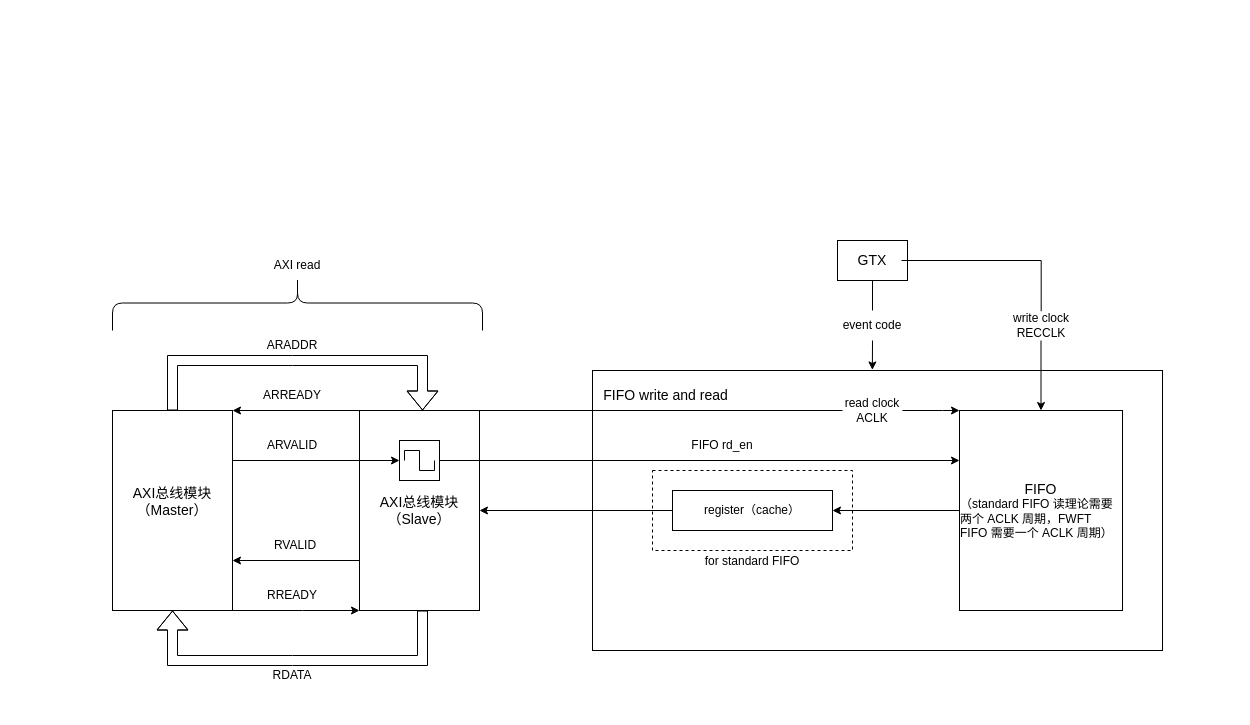
This is Untitled Diagram.drawio from gitzhangzhao/Draw.io, a draw.io file, before an edit. Source tidied: cells renumbered, new cells numbered last; positions are measured from the earlier drawing's top-left corner, leaving out a move shared by most shapes. Both pictures are drawn from the tidied source at 100%, with x=0, y=0 at pixel (112, 118).
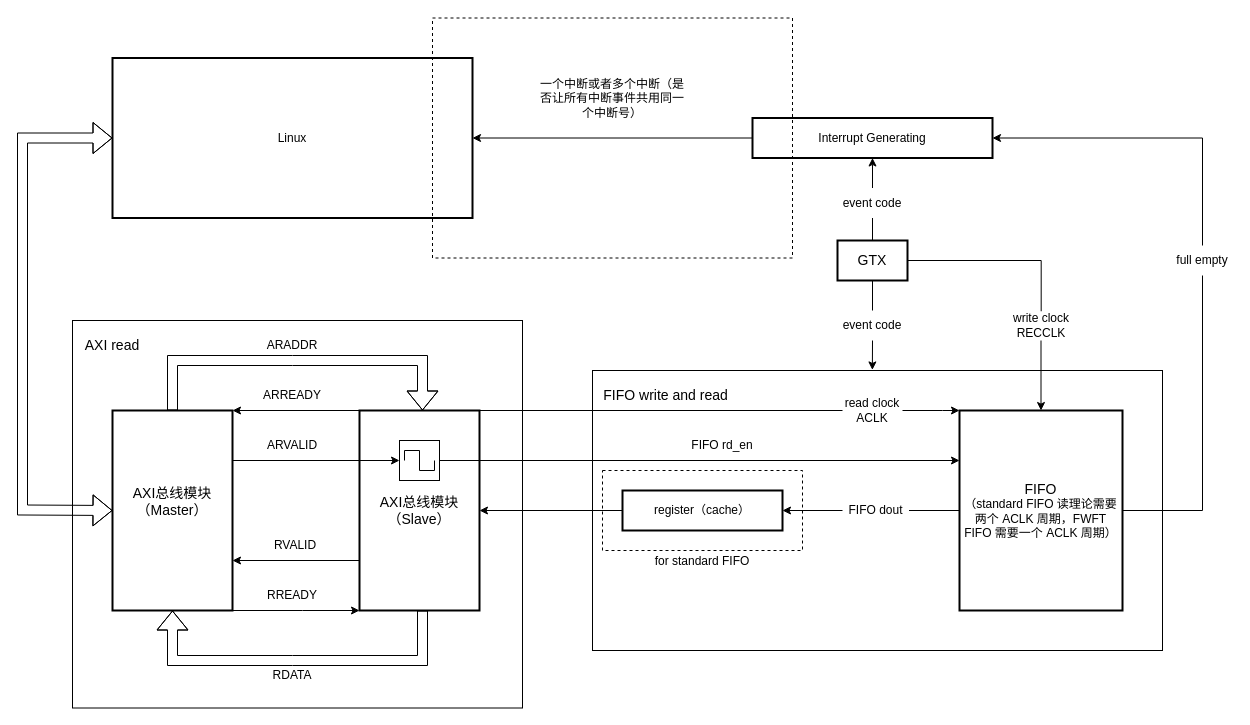
The same page after the edit.

The change refers to these unchanged cells:
```xml
<mxCell id="36" value="&lt;div&gt;write clock &lt;br&gt;&lt;/div&gt;&lt;div&gt;RECCLK&lt;br&gt;&lt;/div&gt;" style="text;html=1;strokeColor=none;fillColor=none;align=center;verticalAlign=middle;whiteSpace=wrap;rounded=0;dashed=1;fontSize=12;" parent="1" vertex="1">
  <mxGeometry x="898.5" y="192" width="60" height="30" as="geometry" />
</mxCell>
```

Diff of the diagram source:
```diff
@@
+    <mxCell id="40" style="rounded=0;whiteSpace=wrap;html=1;fontSize=12;fillColor=none;" parent="1" vertex="1">
+      <mxGeometry x="-40" y="202" width="450" height="387.5" as="geometry" />
+    </mxCell>
-    <mxCell id="2" value="&lt;div align=&quot;center&quot;&gt;&lt;br&gt;&lt;/div&gt;" style="rounded=0;whiteSpace=wrap;html=1;" parent="1" vertex="1">
+    <mxCell id="2" value="&lt;div align=&quot;center&quot;&gt;&lt;br&gt;&lt;/div&gt;" style="rounded=0;whiteSpace=wrap;html=1;fillColor=none;" parent="1" vertex="1">
       <mxGeometry x="480" y="252" width="570" height="280" as="geometry" />
     </mxCell>
     <mxCell id="3" style="rounded=0;whiteSpace=wrap;html=1;fontSize=14;dashed=1;" parent="1" vertex="1">
-      <mxGeometry x="540" y="352" width="200" height="80" as="geometry" />
+      <mxGeometry x="490" y="352" width="200" height="80" as="geometry" />
     </mxCell>
@@
-    <mxCell id="5" value="&lt;div style=&quot;font-size: 14px;&quot;&gt;&lt;font style=&quot;font-size: 14px;&quot;&gt;AXI总线模块&lt;/font&gt;&lt;/div&gt;&lt;div style=&quot;font-size: 14px;&quot;&gt;&lt;font style=&quot;font-size: 14px;&quot;&gt;（Slave）&lt;br&gt;&lt;/font&gt;&lt;/div&gt;" style="rounded=0;whiteSpace=wrap;html=1;" parent="1" vertex="1">
+    <mxCell id="5" value="&lt;div style=&quot;font-size: 14px;&quot;&gt;&lt;font style=&quot;font-size: 14px;&quot;&gt;AXI总线模块&lt;/font&gt;&lt;/div&gt;&lt;div style=&quot;font-size: 14px;&quot;&gt;&lt;font style=&quot;font-size: 14px;&quot;&gt;（Slave）&lt;br&gt;&lt;/font&gt;&lt;/div&gt;" style="rounded=0;whiteSpace=wrap;html=1;strokeWidth=2;" parent="1" vertex="1">
       <mxGeometry x="247" y="292" width="120" height="200" as="geometry" />
     </mxCell>
@@
-    <mxCell id="7" style="edgeStyle=orthogonalEdgeStyle;rounded=0;jettySize=auto;html=1;exitX=0;exitY=0.5;exitDx=0;exitDy=0;" parent="1" edge="1" source="8" target="10">
+    <mxCell id="7" style="edgeStyle=orthogonalEdgeStyle;rounded=0;jettySize=auto;html=1;exitX=0;exitY=0.5;exitDx=0;exitDy=0;startArrow=none;" parent="1" edge="1" source="53" target="10">
       <mxGeometry relative="1" as="geometry" />
     </mxCell>
+    <mxCell id="41" style="edgeStyle=orthogonalEdgeStyle;rounded=0;jettySize=auto;html=1;exitX=0.5;exitY=0;exitDx=0;exitDy=0;entryX=1;entryY=0.5;entryDx=0;entryDy=0;fontSize=12;startArrow=none;" parent="1" edge="1" source="47" target="44">
+      <mxGeometry relative="1" as="geometry">
+        <Array as="points">
+          <mxPoint x="1090" y="127.5" />
+          <mxPoint x="1090" y="19.5" />
+        </Array>
+      </mxGeometry>
+    </mxCell>
-    <mxCell id="8" value="&lt;font style=&quot;font-size: 14px;&quot;&gt;FIFO&lt;/font&gt;&lt;div align=&quot;left&quot;&gt;&lt;font style=&quot;font-size: 12px;&quot;&gt;（&lt;font style=&quot;font-size: 12px;&quot;&gt;standard FIFO 读理论需要两个 ACLK 周期，FWFT FIFO 需要一个 ACLK 周期&lt;/font&gt;）&lt;/font&gt;&lt;/div&gt;" style="rounded=0;whiteSpace=wrap;html=1;" parent="1" vertex="1">
+    <mxCell id="8" value="&lt;div align=&quot;center&quot;&gt;&lt;font style=&quot;font-size: 14px;&quot;&gt;FIFO&lt;/font&gt;&lt;/div&gt;&lt;div align=&quot;center&quot;&gt;&lt;font style=&quot;font-size: 12px;&quot;&gt;（&lt;font style=&quot;font-size: 12px;&quot;&gt;standard FIFO 读理论需要两个 ACLK 周期，FWFT FIFO 需要一个 ACLK 周期&lt;/font&gt;）&lt;/font&gt;&lt;/div&gt;" style="rounded=0;whiteSpace=wrap;html=1;align=center;strokeWidth=2;" parent="1" vertex="1">
       <mxGeometry x="847" y="292" width="163" height="200" as="geometry" />
     </mxCell>
@@
-    <mxCell id="10" value="register（cache）" style="rounded=0;whiteSpace=wrap;html=1;" parent="1" vertex="1">
-      <mxGeometry x="560" y="372" width="160" height="40" as="geometry" />
+    <mxCell id="10" value="register（cache）" style="rounded=0;whiteSpace=wrap;html=1;strokeWidth=2;" parent="1" vertex="1">
+      <mxGeometry x="510" y="372" width="160" height="40" as="geometry" />
     </mxCell>
@@
-    <mxCell id="16" value="&lt;div style=&quot;font-size: 14px;&quot;&gt;&lt;font style=&quot;font-size: 14px;&quot;&gt;AXI总线模块&lt;/font&gt;&lt;/div&gt;&lt;div style=&quot;font-size: 14px;&quot;&gt;&lt;font style=&quot;font-size: 14px;&quot;&gt;（Master）&lt;br&gt;&lt;/font&gt;&lt;/div&gt;&lt;div style=&quot;font-size: 14px;&quot;&gt;&lt;font style=&quot;font-size: 14px;&quot;&gt;&lt;br&gt;&lt;/font&gt;&lt;/div&gt;" style="rounded=0;whiteSpace=wrap;html=1;" parent="1" vertex="1">
+    <mxCell id="16" value="&lt;div style=&quot;font-size: 14px;&quot;&gt;&lt;font style=&quot;font-size: 14px;&quot;&gt;AXI总线模块&lt;/font&gt;&lt;/div&gt;&lt;div style=&quot;font-size: 14px;&quot;&gt;&lt;font style=&quot;font-size: 14px;&quot;&gt;（Master）&lt;br&gt;&lt;/font&gt;&lt;/div&gt;&lt;div style=&quot;font-size: 14px;&quot;&gt;&lt;font style=&quot;font-size: 14px;&quot;&gt;&lt;br&gt;&lt;/font&gt;&lt;/div&gt;" style="rounded=0;whiteSpace=wrap;html=1;strokeWidth=2;" parent="1" vertex="1">
       <mxGeometry y="292" width="120" height="200" as="geometry" />
     </mxCell>
@@
-    <mxCell id="22" style="shape=curlyBracket;whiteSpace=wrap;html=1;rounded=1;rotation=90;" parent="1" vertex="1">
-      <mxGeometry x="157.5" y="-0.5" width="55" height="370" as="geometry" />
-    </mxCell>
-    <mxCell id="23" value="&lt;div&gt;AXI read&lt;/div&gt;" style="text;html=1;strokeColor=none;fillColor=none;align=center;verticalAlign=middle;whiteSpace=wrap;rounded=0;" parent="1" vertex="1">
-      <mxGeometry x="155" y="132" width="60" height="30" as="geometry" />
+    <mxCell id="23" value="&lt;div style=&quot;font-size: 14px;&quot;&gt;&lt;font style=&quot;font-size: 14px;&quot;&gt;AXI read&lt;/font&gt;&lt;/div&gt;" style="text;html=1;strokeColor=none;fillColor=none;align=center;verticalAlign=middle;whiteSpace=wrap;rounded=0;" parent="1" vertex="1">
+      <mxGeometry x="-30" y="212" width="60" height="30" as="geometry" />
     </mxCell>
@@
+    <mxCell id="42" style="edgeStyle=orthogonalEdgeStyle;rounded=0;jettySize=auto;html=1;exitX=0.5;exitY=0;exitDx=0;exitDy=0;entryX=0.5;entryY=1;entryDx=0;entryDy=0;fontSize=12;startArrow=none;" parent="1" edge="1" source="45" target="44">
+      <mxGeometry relative="1" as="geometry" />
+    </mxCell>
-    <mxCell id="31" value="&lt;font style=&quot;font-size: 14px;&quot;&gt;GTX&lt;/font&gt;" style="rounded=0;whiteSpace=wrap;html=1;" parent="1" vertex="1">
+    <mxCell id="31" value="&lt;font style=&quot;font-size: 14px;&quot;&gt;GTX&lt;/font&gt;" style="rounded=0;whiteSpace=wrap;html=1;strokeWidth=2;" parent="1" vertex="1">
       <mxGeometry x="725" y="122" width="70" height="40" as="geometry" />
     </mxCell>
@@
     <mxCell id="35" value="&lt;font style=&quot;font-size: 12px;&quot;&gt;for standard FIFO&lt;/font&gt;" style="text;html=1;strokeColor=none;fillColor=none;align=center;verticalAlign=middle;whiteSpace=wrap;rounded=0;dashed=1;fontSize=14;" parent="1" vertex="1">
-      <mxGeometry x="550" y="432" width="180" height="20" as="geometry" />
+      <mxGeometry x="500" y="432" width="180" height="20" as="geometry" />
     </mxCell>
@@
-    <mxCell id="37" style="edgeStyle=orthogonalEdgeStyle;rounded=0;jettySize=auto;html=1;exitX=1;exitY=0.5;exitDx=0;exitDy=0;entryX=0.503;entryY=0.025;entryDx=0;entryDy=0;fontSize=12;endArrow=none;entryPerimeter=0;" parent="1" edge="1" target="36">
+    <mxCell id="37" style="edgeStyle=orthogonalEdgeStyle;rounded=0;jettySize=auto;html=1;exitX=1;exitY=0.5;exitDx=0;exitDy=0;entryX=0.503;entryY=0.025;entryDx=0;entryDy=0;fontSize=12;endArrow=none;entryPerimeter=0;" parent="1" edge="1" source="31" target="36">
       <mxGeometry relative="1" as="geometry">
-        <mxPoint x="789" y="142" as="sourcePoint" />
         <Array as="points">
-          <mxPoint x="929" y="142" />
-          <mxPoint x="929" y="193" />
+          <mxPoint x="929" y="142.5" />
+          <mxPoint x="929" y="192.5" />
         </Array>
       </mxGeometry>
     </mxCell>
@@
+    <mxCell id="43" style="edgeStyle=orthogonalEdgeStyle;rounded=0;jettySize=auto;html=1;exitX=0;exitY=0.5;exitDx=0;exitDy=0;entryX=1;entryY=0.5;entryDx=0;entryDy=0;fontSize=12;" parent="1" edge="1" source="44" target="49">
+      <mxGeometry relative="1" as="geometry" />
+    </mxCell>
+    <mxCell id="44" value="Interrupt Generating" style="rounded=0;whiteSpace=wrap;html=1;fontSize=12;strokeWidth=2;" parent="1" vertex="1">
+      <mxGeometry x="640" y="-0.5" width="240" height="40" as="geometry" />
+    </mxCell>
+    <mxCell id="45" value="event code" style="text;html=1;strokeColor=none;fillColor=none;align=center;verticalAlign=middle;whiteSpace=wrap;rounded=0;" parent="1" vertex="1">
+      <mxGeometry x="715" y="69.5" width="90" height="30" as="geometry" />
+    </mxCell>
+    <mxCell id="46" style="edgeStyle=orthogonalEdgeStyle;rounded=0;jettySize=auto;html=1;exitX=0.5;exitY=0;exitDx=0;exitDy=0;entryX=0.5;entryY=1;entryDx=0;entryDy=0;fontSize=12;endArrow=none;" parent="1" edge="1" source="31" target="45">
+      <mxGeometry relative="1" as="geometry" />
+    </mxCell>
+    <mxCell id="47" value="full empty" style="text;html=1;strokeColor=none;fillColor=none;align=center;verticalAlign=middle;whiteSpace=wrap;rounded=0;fontSize=12;" parent="1" vertex="1">
+      <mxGeometry x="1060" y="127" width="60" height="30" as="geometry" />
+    </mxCell>
+    <mxCell id="48" style="edgeStyle=orthogonalEdgeStyle;rounded=0;jettySize=auto;html=1;exitX=1;exitY=0.5;exitDx=0;exitDy=0;entryX=0.5;entryY=1;entryDx=0;entryDy=0;fontSize=12;endArrow=none;" parent="1" edge="1" source="8" target="47">
+      <mxGeometry relative="1" as="geometry">
+        <Array as="points">
+          <mxPoint x="1090" y="391.5" />
+          <mxPoint x="1090" y="157.5" />
+        </Array>
+      </mxGeometry>
+    </mxCell>
+    <mxCell id="49" value="Linux" style="rounded=0;whiteSpace=wrap;html=1;fontSize=12;strokeWidth=2;" parent="1" vertex="1">
+      <mxGeometry y="-60.5" width="360" height="160" as="geometry" />
+    </mxCell>
+    <mxCell id="50" style="shape=flexArrow;endArrow=classic;startArrow=classic;html=1;rounded=0;fontSize=12;entryX=0;entryY=0.5;entryDx=0;entryDy=0;exitX=0;exitY=0.5;exitDx=0;exitDy=0;" parent="1" edge="1" source="16" target="49">
+      <mxGeometry relative="1" as="geometry">
+        <Array as="points">
+          <mxPoint x="-90" y="391.5" />
+          <mxPoint x="-90" y="19.5" />
+        </Array>
+      </mxGeometry>
+    </mxCell>
+    <mxCell id="51" style="rounded=0;whiteSpace=wrap;html=1;fontSize=12;dashed=1;fillColor=none;" parent="1" vertex="1">
+      <mxGeometry x="320" y="-100.5" width="360" height="240" as="geometry" />
+    </mxCell>
+    <mxCell id="52" value="一个中断或者多个中断（是否让所有中断事件共用同一个中断号）" style="text;html=1;strokeColor=none;fillColor=none;align=center;verticalAlign=middle;whiteSpace=wrap;rounded=0;dashed=1;fontSize=12;" parent="1" vertex="1">
+      <mxGeometry x="425" y="-50.5" width="150" height="60" as="geometry" />
+    </mxCell>
+    <mxCell id="53" value="FIFO dout" style="text;html=1;strokeColor=none;fillColor=none;align=center;verticalAlign=middle;whiteSpace=wrap;rounded=0;" parent="1" vertex="1">
+      <mxGeometry x="730" y="377" width="66.5" height="30" as="geometry" />
+    </mxCell>
+    <mxCell id="54" style="edgeStyle=orthogonalEdgeStyle;rounded=0;jettySize=auto;html=1;exitX=0;exitY=0.5;exitDx=0;exitDy=0;endArrow=none;" parent="1" edge="1" source="8" target="53">
+      <mxGeometry relative="1" as="geometry" />
+    </mxCell>
```
